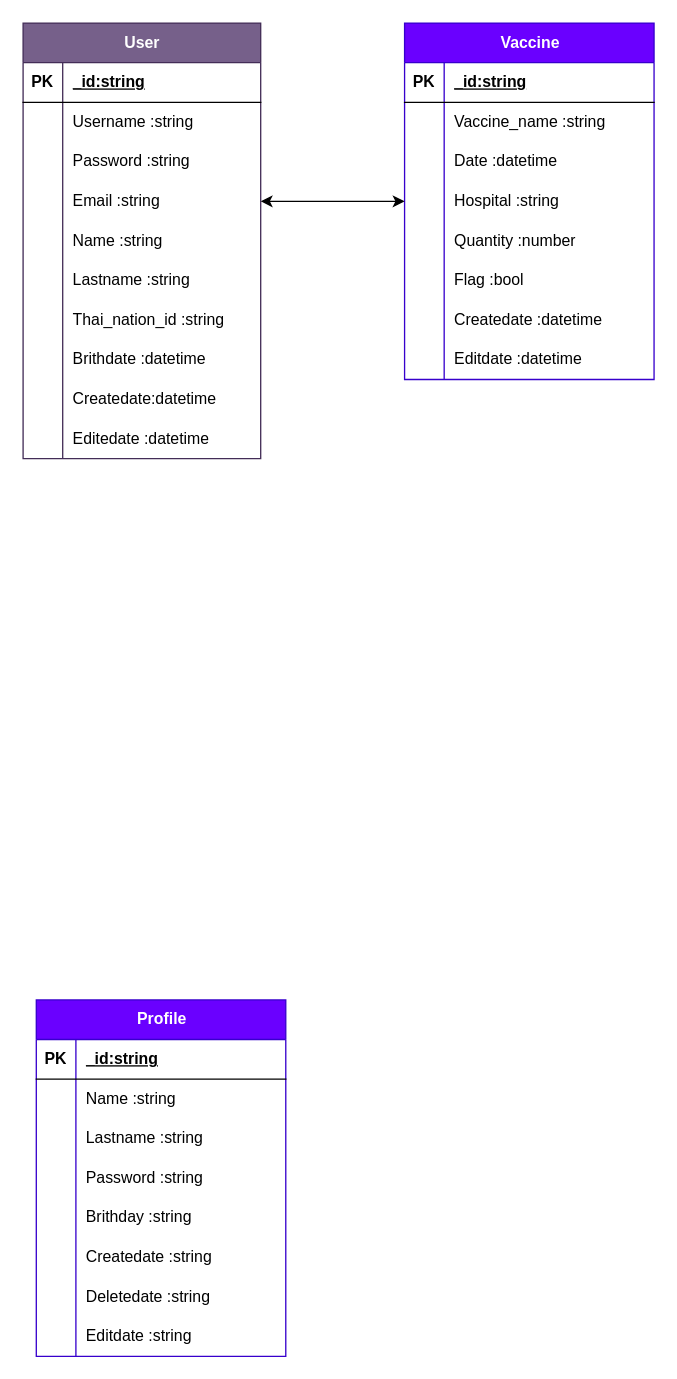
Above: database&flowchart.drawio in AsticeX/-_-_1630901328 (draw.io), before the change. Source tidied: cells renumbered, new cells numbered last; positions are measured from the earlier drawing's top-left corner, leaving out a move shared by most shapes. Both pictures are drawn from the tidied source at 132%, with x=0, y=0 at pixel (22, 22).
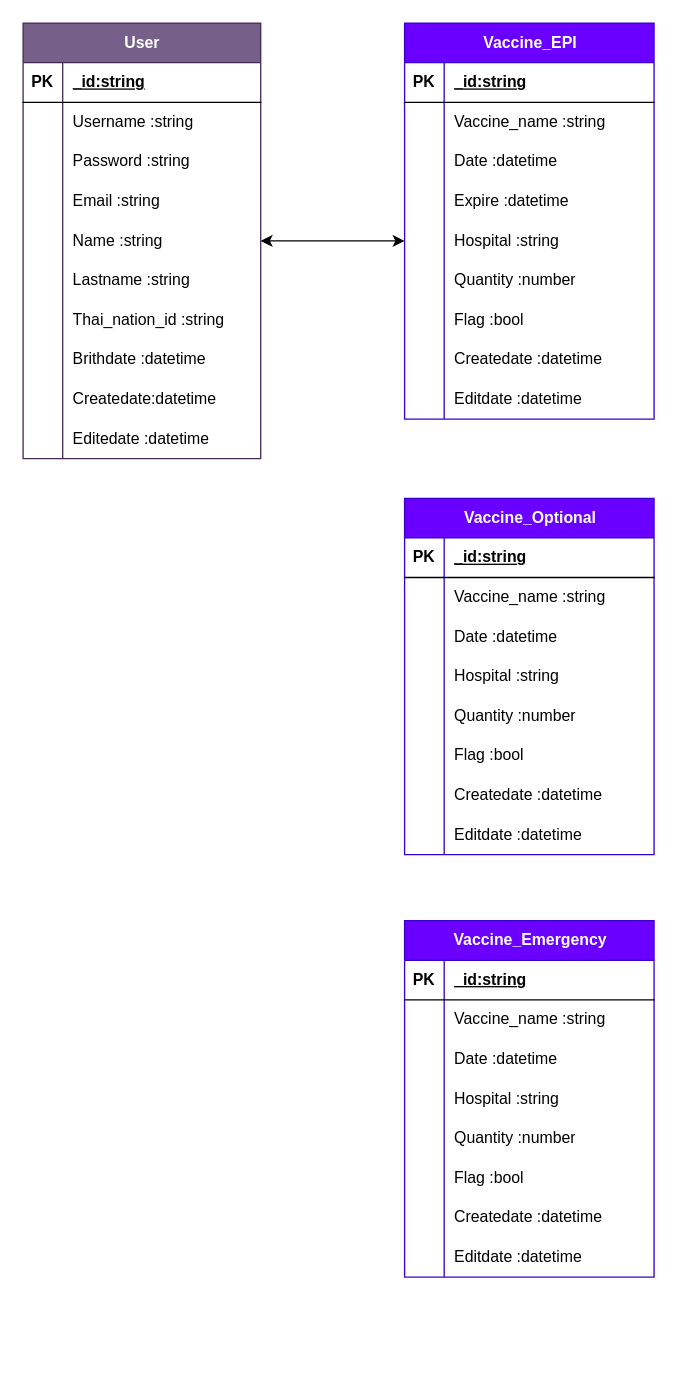
The same diagram, later.

The change refers to these unchanged cells:
```xml
<mxCell id="12" style="shape=tableRow;horizontal=0;startSize=0;swimlaneHead=0;swimlaneBody=0;fillColor=none;points=[[0,0.5],[1,0.5]];portConstraint=eastwest;top=0;left=0;right=0;bottom=0;" parent="2" vertex="1">
  <mxGeometry y="120" width="180" height="30" as="geometry" />
</mxCell>
<mxCell id="15" style="shape=tableRow;horizontal=0;startSize=0;swimlaneHead=0;swimlaneBody=0;fillColor=none;points=[[0,0.5],[1,0.5]];portConstraint=eastwest;top=0;left=0;right=0;bottom=0;" parent="2" vertex="1">
  <mxGeometry y="150" width="180" height="30" as="geometry" />
</mxCell>
```

Diff of the diagram source:
```diff
@@
+    <mxCell id="58" style="endArrow=classic;startArrow=classic;html=1;rounded=0;entryX=0;entryY=0.5;entryDx=0;entryDy=0;exitX=1;exitY=0.5;exitDx=0;exitDy=0;" parent="1" edge="1" source="15" target="43">
+      <mxGeometry relative="1" as="geometry" />
+    </mxCell>
+    <mxCell id="84" value="Vaccine_Optional" style="shape=table;startSize=30;childLayout=tableLayout;rowLines=0;fontStyle=1;align=center;html=1;fillColor=#6a00ff;fontColor=#ffffff;strokeColor=#3700CC;" parent="1" vertex="1">
+      <mxGeometry x="289" y="360" width="189" height="270" as="geometry" />
+    </mxCell>
+    <mxCell id="85" style="shape=tableRow;horizontal=0;startSize=0;swimlaneHead=0;swimlaneBody=0;fillColor=none;top=0;left=0;right=0;bottom=1;" parent="84" vertex="1">
+      <mxGeometry y="30" width="189" height="30" as="geometry" />
+    </mxCell>
+    <mxCell id="86" value="PK" style="shape=partialRectangle;fillColor=none;top=0;left=0;bottom=0;right=0;fontStyle=1;overflow=hidden;whiteSpace=wrap;html=1;" parent="85" vertex="1">
+      <mxGeometry width="30" height="30" as="geometry" />
+    </mxCell>
+    <mxCell id="87" value="_id:string" style="shape=partialRectangle;fillColor=none;top=0;left=0;bottom=0;right=0;align=left;spacingLeft=6;fontStyle=5;overflow=hidden;whiteSpace=wrap;html=1;" parent="85" vertex="1">
+      <mxGeometry x="30" width="159" height="30" as="geometry" />
+    </mxCell>
+    <mxCell id="88" style="shape=tableRow;horizontal=0;startSize=0;swimlaneHead=0;swimlaneBody=0;fillColor=none;top=0;left=0;right=0;bottom=0;" parent="84" vertex="1">
+      <mxGeometry y="60" width="189" height="30" as="geometry" />
+    </mxCell>
+    <mxCell id="89" style="shape=partialRectangle;fillColor=none;top=0;left=0;bottom=0;right=0;overflow=hidden;whiteSpace=wrap;html=1;" parent="88" vertex="1">
+      <mxGeometry width="30" height="30" as="geometry" />
+    </mxCell>
+    <mxCell id="90" value="Vaccine_name :string" style="shape=partialRectangle;fillColor=none;top=0;left=0;bottom=0;right=0;align=left;spacingLeft=6;overflow=hidden;whiteSpace=wrap;html=1;" parent="88" vertex="1">
+      <mxGeometry x="30" width="159" height="30" as="geometry" />
+    </mxCell>
+    <mxCell id="91" style="shape=tableRow;horizontal=0;startSize=0;swimlaneHead=0;swimlaneBody=0;fillColor=none;top=0;left=0;right=0;bottom=0;" parent="84" vertex="1">
+      <mxGeometry y="90" width="189" height="30" as="geometry" />
+    </mxCell>
+    <mxCell id="92" style="shape=partialRectangle;fillColor=none;top=0;left=0;bottom=0;right=0;overflow=hidden;whiteSpace=wrap;html=1;" parent="91" vertex="1">
+      <mxGeometry width="30" height="30" as="geometry" />
+    </mxCell>
+    <mxCell id="93" value="Date :datetime" style="shape=partialRectangle;fillColor=none;top=0;left=0;bottom=0;right=0;align=left;spacingLeft=6;overflow=hidden;whiteSpace=wrap;html=1;" parent="91" vertex="1">
+      <mxGeometry x="30" width="159" height="30" as="geometry" />
+    </mxCell>
+    <mxCell id="94" style="shape=tableRow;horizontal=0;startSize=0;swimlaneHead=0;swimlaneBody=0;fillColor=none;top=0;left=0;right=0;bottom=0;" parent="84" vertex="1">
+      <mxGeometry y="120" width="189" height="30" as="geometry" />
+    </mxCell>
+    <mxCell id="95" style="shape=partialRectangle;fillColor=none;top=0;left=0;bottom=0;right=0;overflow=hidden;whiteSpace=wrap;html=1;" parent="94" vertex="1">
+      <mxGeometry width="30" height="30" as="geometry" />
+    </mxCell>
+    <mxCell id="96" value="Hospital :string" style="shape=partialRectangle;fillColor=none;top=0;left=0;bottom=0;right=0;align=left;spacingLeft=6;overflow=hidden;whiteSpace=wrap;html=1;" parent="94" vertex="1">
+      <mxGeometry x="30" width="159" height="30" as="geometry" />
+    </mxCell>
+    <mxCell id="97" style="shape=tableRow;horizontal=0;startSize=0;swimlaneHead=0;swimlaneBody=0;fillColor=none;top=0;left=0;right=0;bottom=0;" parent="84" vertex="1">
+      <mxGeometry y="150" width="189" height="30" as="geometry" />
+    </mxCell>
+    <mxCell id="98" style="shape=partialRectangle;fillColor=none;top=0;left=0;bottom=0;right=0;overflow=hidden;whiteSpace=wrap;html=1;" parent="97" vertex="1">
+      <mxGeometry width="30" height="30" as="geometry" />
+    </mxCell>
+    <mxCell id="99" value="Quantity :number" style="shape=partialRectangle;fillColor=none;top=0;left=0;bottom=0;right=0;align=left;spacingLeft=6;overflow=hidden;whiteSpace=wrap;html=1;" parent="97" vertex="1">
+      <mxGeometry x="30" width="159" height="30" as="geometry" />
+    </mxCell>
+    <mxCell id="100" style="shape=tableRow;horizontal=0;startSize=0;swimlaneHead=0;swimlaneBody=0;fillColor=none;top=0;left=0;right=0;bottom=0;" parent="84" vertex="1">
+      <mxGeometry y="180" width="189" height="30" as="geometry" />
+    </mxCell>
+    <mxCell id="101" style="shape=partialRectangle;fillColor=none;top=0;left=0;bottom=0;right=0;overflow=hidden;whiteSpace=wrap;html=1;" parent="100" vertex="1">
+      <mxGeometry width="30" height="30" as="geometry" />
+    </mxCell>
+    <mxCell id="102" value="Flag :bool" style="shape=partialRectangle;fillColor=none;top=0;left=0;bottom=0;right=0;align=left;spacingLeft=6;overflow=hidden;whiteSpace=wrap;html=1;" parent="100" vertex="1">
+      <mxGeometry x="30" width="159" height="30" as="geometry" />
+    </mxCell>
+    <mxCell id="103" style="shape=tableRow;horizontal=0;startSize=0;swimlaneHead=0;swimlaneBody=0;fillColor=none;top=0;left=0;right=0;bottom=0;" parent="84" vertex="1">
+      <mxGeometry y="210" width="189" height="30" as="geometry" />
+    </mxCell>
+    <mxCell id="104" style="shape=partialRectangle;fillColor=none;top=0;left=0;bottom=0;right=0;overflow=hidden;whiteSpace=wrap;html=1;" parent="103" vertex="1">
+      <mxGeometry width="30" height="30" as="geometry" />
+    </mxCell>
+    <mxCell id="105" value="Createdate :datetime" style="shape=partialRectangle;fillColor=none;top=0;left=0;bottom=0;right=0;align=left;spacingLeft=6;overflow=hidden;whiteSpace=wrap;html=1;" parent="103" vertex="1">
+      <mxGeometry x="30" width="159" height="30" as="geometry" />
+    </mxCell>
+    <mxCell id="106" style="shape=tableRow;horizontal=0;startSize=0;swimlaneHead=0;swimlaneBody=0;fillColor=none;top=0;left=0;right=0;bottom=0;" parent="84" vertex="1">
+      <mxGeometry y="240" width="189" height="30" as="geometry" />
+    </mxCell>
+    <mxCell id="107" style="shape=partialRectangle;fillColor=none;top=0;left=0;bottom=0;right=0;overflow=hidden;whiteSpace=wrap;html=1;" parent="106" vertex="1">
+      <mxGeometry width="30" height="30" as="geometry" />
+    </mxCell>
+    <mxCell id="108" value="Editdate :datetime" style="shape=partialRectangle;fillColor=none;top=0;left=0;bottom=0;right=0;align=left;spacingLeft=6;overflow=hidden;whiteSpace=wrap;html=1;" parent="106" vertex="1">
+      <mxGeometry x="30" width="159" height="30" as="geometry" />
+    </mxCell>
+    <mxCell id="109" value="Vaccine_Emergency" style="shape=table;startSize=30;childLayout=tableLayout;rowLines=0;fontStyle=1;align=center;html=1;fillColor=#6a00ff;fontColor=#ffffff;strokeColor=#3700CC;" parent="1" vertex="1">
+      <mxGeometry x="289" y="680" width="189" height="270" as="geometry" />
+    </mxCell>
+    <mxCell id="110" style="shape=tableRow;horizontal=0;startSize=0;swimlaneHead=0;swimlaneBody=0;fillColor=none;top=0;left=0;right=0;bottom=1;" parent="109" vertex="1">
+      <mxGeometry y="30" width="189" height="30" as="geometry" />
+    </mxCell>
+    <mxCell id="111" value="PK" style="shape=partialRectangle;fillColor=none;top=0;left=0;bottom=0;right=0;fontStyle=1;overflow=hidden;whiteSpace=wrap;html=1;" parent="110" vertex="1">
+      <mxGeometry width="30" height="30" as="geometry" />
+    </mxCell>
+    <mxCell id="112" value="_id:string" style="shape=partialRectangle;fillColor=none;top=0;left=0;bottom=0;right=0;align=left;spacingLeft=6;fontStyle=5;overflow=hidden;whiteSpace=wrap;html=1;" parent="110" vertex="1">
+      <mxGeometry x="30" width="159" height="30" as="geometry" />
+    </mxCell>
+    <mxCell id="113" style="shape=tableRow;horizontal=0;startSize=0;swimlaneHead=0;swimlaneBody=0;fillColor=none;top=0;left=0;right=0;bottom=0;" parent="109" vertex="1">
+      <mxGeometry y="60" width="189" height="30" as="geometry" />
+    </mxCell>
+    <mxCell id="114" style="shape=partialRectangle;fillColor=none;top=0;left=0;bottom=0;right=0;overflow=hidden;whiteSpace=wrap;html=1;" parent="113" vertex="1">
+      <mxGeometry width="30" height="30" as="geometry" />
+    </mxCell>
+    <mxCell id="115" value="Vaccine_name :string" style="shape=partialRectangle;fillColor=none;top=0;left=0;bottom=0;right=0;align=left;spacingLeft=6;overflow=hidden;whiteSpace=wrap;html=1;" parent="113" vertex="1">
+      <mxGeometry x="30" width="159" height="30" as="geometry" />
+    </mxCell>
+    <mxCell id="116" style="shape=tableRow;horizontal=0;startSize=0;swimlaneHead=0;swimlaneBody=0;fillColor=none;top=0;left=0;right=0;bottom=0;" parent="109" vertex="1">
+      <mxGeometry y="90" width="189" height="30" as="geometry" />
+    </mxCell>
+    <mxCell id="117" style="shape=partialRectangle;fillColor=none;top=0;left=0;bottom=0;right=0;overflow=hidden;whiteSpace=wrap;html=1;" parent="116" vertex="1">
+      <mxGeometry width="30" height="30" as="geometry" />
+    </mxCell>
+    <mxCell id="118" value="Date :datetime" style="shape=partialRectangle;fillColor=none;top=0;left=0;bottom=0;right=0;align=left;spacingLeft=6;overflow=hidden;whiteSpace=wrap;html=1;" parent="116" vertex="1">
+      <mxGeometry x="30" width="159" height="30" as="geometry" />
+    </mxCell>
+    <mxCell id="119" style="shape=tableRow;horizontal=0;startSize=0;swimlaneHead=0;swimlaneBody=0;fillColor=none;top=0;left=0;right=0;bottom=0;" parent="109" vertex="1">
+      <mxGeometry y="120" width="189" height="30" as="geometry" />
+    </mxCell>
+    <mxCell id="120" style="shape=partialRectangle;fillColor=none;top=0;left=0;bottom=0;right=0;overflow=hidden;whiteSpace=wrap;html=1;" parent="119" vertex="1">
+      <mxGeometry width="30" height="30" as="geometry" />
+    </mxCell>
+    <mxCell id="121" value="Hospital :string" style="shape=partialRectangle;fillColor=none;top=0;left=0;bottom=0;right=0;align=left;spacingLeft=6;overflow=hidden;whiteSpace=wrap;html=1;" parent="119" vertex="1">
+      <mxGeometry x="30" width="159" height="30" as="geometry" />
+    </mxCell>
+    <mxCell id="122" style="shape=tableRow;horizontal=0;startSize=0;swimlaneHead=0;swimlaneBody=0;fillColor=none;top=0;left=0;right=0;bottom=0;" parent="109" vertex="1">
+      <mxGeometry y="150" width="189" height="30" as="geometry" />
+    </mxCell>
+    <mxCell id="123" style="shape=partialRectangle;fillColor=none;top=0;left=0;bottom=0;right=0;overflow=hidden;whiteSpace=wrap;html=1;" parent="122" vertex="1">
+      <mxGeometry width="30" height="30" as="geometry" />
+    </mxCell>
+    <mxCell id="124" value="Quantity :number" style="shape=partialRectangle;fillColor=none;top=0;left=0;bottom=0;right=0;align=left;spacingLeft=6;overflow=hidden;whiteSpace=wrap;html=1;" parent="122" vertex="1">
+      <mxGeometry x="30" width="159" height="30" as="geometry" />
+    </mxCell>
+    <mxCell id="125" style="shape=tableRow;horizontal=0;startSize=0;swimlaneHead=0;swimlaneBody=0;fillColor=none;top=0;left=0;right=0;bottom=0;" parent="109" vertex="1">
+      <mxGeometry y="180" width="189" height="30" as="geometry" />
+    </mxCell>
+    <mxCell id="126" style="shape=partialRectangle;fillColor=none;top=0;left=0;bottom=0;right=0;overflow=hidden;whiteSpace=wrap;html=1;" parent="125" vertex="1">
+      <mxGeometry width="30" height="30" as="geometry" />
+    </mxCell>
+    <mxCell id="127" value="Flag :bool" style="shape=partialRectangle;fillColor=none;top=0;left=0;bottom=0;right=0;align=left;spacingLeft=6;overflow=hidden;whiteSpace=wrap;html=1;" parent="125" vertex="1">
+      <mxGeometry x="30" width="159" height="30" as="geometry" />
+    </mxCell>
+    <mxCell id="128" style="shape=tableRow;horizontal=0;startSize=0;swimlaneHead=0;swimlaneBody=0;fillColor=none;top=0;left=0;right=0;bottom=0;" parent="109" vertex="1">
+      <mxGeometry y="210" width="189" height="30" as="geometry" />
+    </mxCell>
+    <mxCell id="129" style="shape=partialRectangle;fillColor=none;top=0;left=0;bottom=0;right=0;overflow=hidden;whiteSpace=wrap;html=1;" parent="128" vertex="1">
+      <mxGeometry width="30" height="30" as="geometry" />
+    </mxCell>
+    <mxCell id="130" value="Createdate :datetime" style="shape=partialRectangle;fillColor=none;top=0;left=0;bottom=0;right=0;align=left;spacingLeft=6;overflow=hidden;whiteSpace=wrap;html=1;" parent="128" vertex="1">
+      <mxGeometry x="30" width="159" height="30" as="geometry" />
+    </mxCell>
+    <mxCell id="131" style="shape=tableRow;horizontal=0;startSize=0;swimlaneHead=0;swimlaneBody=0;fillColor=none;top=0;left=0;right=0;bottom=0;" parent="109" vertex="1">
+      <mxGeometry y="240" width="189" height="30" as="geometry" />
+    </mxCell>
+    <mxCell id="132" style="shape=partialRectangle;fillColor=none;top=0;left=0;bottom=0;right=0;overflow=hidden;whiteSpace=wrap;html=1;" parent="131" vertex="1">
+      <mxGeometry width="30" height="30" as="geometry" />
+    </mxCell>
+    <mxCell id="133" value="Editdate :datetime" style="shape=partialRectangle;fillColor=none;top=0;left=0;bottom=0;right=0;align=left;spacingLeft=6;overflow=hidden;whiteSpace=wrap;html=1;" parent="131" vertex="1">
+      <mxGeometry x="30" width="159" height="30" as="geometry" />
+    </mxCell>
-    <mxCell id="33" value="Vaccine" style="shape=table;startSize=30;childLayout=tableLayout;rowLines=0;fontStyle=1;align=center;html=1;fillColor=#6a00ff;fontColor=#ffffff;strokeColor=#3700CC;" parent="1" vertex="1">
-      <mxGeometry x="289" width="189" height="270" as="geometry" />
+    <mxCell id="33" value="Vaccine_EPI" style="shape=table;startSize=30;childLayout=tableLayout;rowLines=0;fontStyle=1;align=center;html=1;fillColor=#6a00ff;fontColor=#ffffff;strokeColor=#3700CC;" parent="1" vertex="1">
+      <mxGeometry x="289" width="189" height="300" as="geometry" />
     </mxCell>
@@
+    <mxCell id="134" style="shape=tableRow;horizontal=0;startSize=0;swimlaneHead=0;swimlaneBody=0;fillColor=none;top=0;left=0;right=0;bottom=0;" parent="33" vertex="1">
+      <mxGeometry y="120" width="189" height="30" as="geometry" />
+    </mxCell>
+    <mxCell id="135" style="shape=partialRectangle;fillColor=none;top=0;left=0;bottom=0;right=0;overflow=hidden;whiteSpace=wrap;html=1;" parent="134" vertex="1">
+      <mxGeometry width="30" height="30" as="geometry" />
+    </mxCell>
+    <mxCell id="136" value="Expire :datetime" style="shape=partialRectangle;fillColor=none;top=0;left=0;bottom=0;right=0;align=left;spacingLeft=6;overflow=hidden;whiteSpace=wrap;html=1;" parent="134" vertex="1">
+      <mxGeometry x="30" width="159" height="30" as="geometry" />
+    </mxCell>
     <mxCell id="43" style="shape=tableRow;horizontal=0;startSize=0;swimlaneHead=0;swimlaneBody=0;fillColor=none;points=[[0,0.5],[1,0.5]];portConstraint=eastwest;top=0;left=0;right=0;bottom=0;" parent="33" vertex="1">
-      <mxGeometry y="120" width="189" height="30" as="geometry" />
+      <mxGeometry y="150" width="189" height="30" as="geometry" />
     </mxCell>
@@
     <mxCell id="46" style="shape=tableRow;horizontal=0;startSize=0;swimlaneHead=0;swimlaneBody=0;fillColor=none;top=0;left=0;right=0;bottom=0;" parent="33" vertex="1">
-      <mxGeometry y="150" width="189" height="30" as="geometry" />
+      <mxGeometry y="180" width="189" height="30" as="geometry" />
     </mxCell>
@@
     <mxCell id="49" style="shape=tableRow;horizontal=0;startSize=0;swimlaneHead=0;swimlaneBody=0;fillColor=none;top=0;left=0;right=0;bottom=0;" parent="33" vertex="1">
-      <mxGeometry y="180" width="189" height="30" as="geometry" />
+      <mxGeometry y="210" width="189" height="30" as="geometry" />
     </mxCell>
@@
     <mxCell id="52" style="shape=tableRow;horizontal=0;startSize=0;swimlaneHead=0;swimlaneBody=0;fillColor=none;top=0;left=0;right=0;bottom=0;" parent="33" vertex="1">
-      <mxGeometry y="210" width="189" height="30" as="geometry" />
+      <mxGeometry y="240" width="189" height="30" as="geometry" />
     </mxCell>
@@
     <mxCell id="55" style="shape=tableRow;horizontal=0;startSize=0;swimlaneHead=0;swimlaneBody=0;fillColor=none;top=0;left=0;right=0;bottom=0;" parent="33" vertex="1">
-      <mxGeometry y="240" width="189" height="30" as="geometry" />
+      <mxGeometry y="270" width="189" height="30" as="geometry" />
     </mxCell>
@@
-    <mxCell id="58" style="endArrow=classic;startArrow=classic;html=1;rounded=0;entryX=0;entryY=0.5;entryDx=0;entryDy=0;exitX=1;exitY=0.5;exitDx=0;exitDy=0;" parent="1" edge="1" source="12" target="43">
-      <mxGeometry relative="1" as="geometry" />
-    </mxCell>
-    <mxCell id="59" value="Profile" style="shape=table;startSize=30;childLayout=tableLayout;rowLines=0;fontStyle=1;align=center;html=1;fillColor=#6a00ff;fontColor=#ffffff;strokeColor=#3700CC;" parent="1" vertex="1">
-      <mxGeometry x="10" y="740" width="189" height="270" as="geometry" />
-    </mxCell>
-    <mxCell id="60" style="shape=tableRow;horizontal=0;startSize=0;swimlaneHead=0;swimlaneBody=0;fillColor=none;top=0;left=0;right=0;bottom=1;" parent="59" vertex="1">
-      <mxGeometry y="30" width="189" height="30" as="geometry" />
-    </mxCell>
-    <mxCell id="61" value="PK" style="shape=partialRectangle;fillColor=none;top=0;left=0;bottom=0;right=0;fontStyle=1;overflow=hidden;whiteSpace=wrap;html=1;" parent="60" vertex="1">
-      <mxGeometry width="30" height="30" as="geometry" />
-    </mxCell>
-    <mxCell id="62" value="_id:string" style="shape=partialRectangle;fillColor=none;top=0;left=0;bottom=0;right=0;align=left;spacingLeft=6;fontStyle=5;overflow=hidden;whiteSpace=wrap;html=1;" parent="60" vertex="1">
-      <mxGeometry x="30" width="159" height="30" as="geometry" />
-    </mxCell>
-    <mxCell id="63" style="shape=tableRow;horizontal=0;startSize=0;swimlaneHead=0;swimlaneBody=0;fillColor=none;top=0;left=0;right=0;bottom=0;" parent="59" vertex="1">
-      <mxGeometry y="60" width="189" height="30" as="geometry" />
-    </mxCell>
-    <mxCell id="64" style="shape=partialRectangle;fillColor=none;top=0;left=0;bottom=0;right=0;overflow=hidden;whiteSpace=wrap;html=1;" parent="63" vertex="1">
-      <mxGeometry width="30" height="30" as="geometry" />
-    </mxCell>
-    <mxCell id="65" value="Name :string" style="shape=partialRectangle;fillColor=none;top=0;left=0;bottom=0;right=0;align=left;spacingLeft=6;overflow=hidden;whiteSpace=wrap;html=1;" parent="63" vertex="1">
-      <mxGeometry x="30" width="159" height="30" as="geometry" />
-    </mxCell>
-    <mxCell id="66" style="shape=tableRow;horizontal=0;startSize=0;swimlaneHead=0;swimlaneBody=0;fillColor=none;top=0;left=0;right=0;bottom=0;" parent="59" vertex="1">
-      <mxGeometry y="90" width="189" height="30" as="geometry" />
-    </mxCell>
-    <mxCell id="67" style="shape=partialRectangle;fillColor=none;top=0;left=0;bottom=0;right=0;overflow=hidden;whiteSpace=wrap;html=1;" parent="66" vertex="1">
-      <mxGeometry width="30" height="30" as="geometry" />
-    </mxCell>
-    <mxCell id="68" value="Lastname :string" style="shape=partialRectangle;fillColor=none;top=0;left=0;bottom=0;right=0;align=left;spacingLeft=6;overflow=hidden;whiteSpace=wrap;html=1;" parent="66" vertex="1">
-      <mxGeometry x="30" width="159" height="30" as="geometry" />
-    </mxCell>
-    <mxCell id="69" style="shape=tableRow;horizontal=0;startSize=0;swimlaneHead=0;swimlaneBody=0;fillColor=none;top=0;left=0;right=0;bottom=0;" parent="59" vertex="1">
-      <mxGeometry y="120" width="189" height="30" as="geometry" />
-    </mxCell>
-    <mxCell id="70" style="shape=partialRectangle;fillColor=none;top=0;left=0;bottom=0;right=0;overflow=hidden;whiteSpace=wrap;html=1;" parent="69" vertex="1">
-      <mxGeometry width="30" height="30" as="geometry" />
-    </mxCell>
-    <mxCell id="71" value="Password :string" style="shape=partialRectangle;fillColor=none;top=0;left=0;bottom=0;right=0;align=left;spacingLeft=6;overflow=hidden;whiteSpace=wrap;html=1;" parent="69" vertex="1">
-      <mxGeometry x="30" width="159" height="30" as="geometry" />
-    </mxCell>
-    <mxCell id="72" style="shape=tableRow;horizontal=0;startSize=0;swimlaneHead=0;swimlaneBody=0;fillColor=none;top=0;left=0;right=0;bottom=0;" parent="59" vertex="1">
-      <mxGeometry y="150" width="189" height="30" as="geometry" />
-    </mxCell>
-    <mxCell id="73" style="shape=partialRectangle;fillColor=none;top=0;left=0;bottom=0;right=0;overflow=hidden;whiteSpace=wrap;html=1;" parent="72" vertex="1">
-      <mxGeometry width="30" height="30" as="geometry" />
-    </mxCell>
-    <mxCell id="74" value="Brithday :string" style="shape=partialRectangle;fillColor=none;top=0;left=0;bottom=0;right=0;align=left;spacingLeft=6;overflow=hidden;whiteSpace=wrap;html=1;" parent="72" vertex="1">
-      <mxGeometry x="30" width="159" height="30" as="geometry" />
-    </mxCell>
-    <mxCell id="75" style="shape=tableRow;horizontal=0;startSize=0;swimlaneHead=0;swimlaneBody=0;fillColor=none;top=0;left=0;right=0;bottom=0;" parent="59" vertex="1">
-      <mxGeometry y="180" width="189" height="30" as="geometry" />
-    </mxCell>
-    <mxCell id="76" style="shape=partialRectangle;fillColor=none;top=0;left=0;bottom=0;right=0;overflow=hidden;whiteSpace=wrap;html=1;" parent="75" vertex="1">
-      <mxGeometry width="30" height="30" as="geometry" />
-    </mxCell>
-    <mxCell id="77" value="Createdate :string" style="shape=partialRectangle;fillColor=none;top=0;left=0;bottom=0;right=0;align=left;spacingLeft=6;overflow=hidden;whiteSpace=wrap;html=1;" parent="75" vertex="1">
-      <mxGeometry x="30" width="159" height="30" as="geometry" />
-    </mxCell>
-    <mxCell id="78" style="shape=tableRow;horizontal=0;startSize=0;swimlaneHead=0;swimlaneBody=0;fillColor=none;top=0;left=0;right=0;bottom=0;" parent="59" vertex="1">
-      <mxGeometry y="210" width="189" height="30" as="geometry" />
-    </mxCell>
-    <mxCell id="79" style="shape=partialRectangle;fillColor=none;top=0;left=0;bottom=0;right=0;overflow=hidden;whiteSpace=wrap;html=1;" parent="78" vertex="1">
-      <mxGeometry width="30" height="30" as="geometry" />
-    </mxCell>
-    <mxCell id="80" value="Deletedate :string" style="shape=partialRectangle;fillColor=none;top=0;left=0;bottom=0;right=0;align=left;spacingLeft=6;overflow=hidden;whiteSpace=wrap;html=1;" parent="78" vertex="1">
-      <mxGeometry x="30" width="159" height="30" as="geometry" />
-    </mxCell>
-    <mxCell id="81" style="shape=tableRow;horizontal=0;startSize=0;swimlaneHead=0;swimlaneBody=0;fillColor=none;top=0;left=0;right=0;bottom=0;" parent="59" vertex="1">
-      <mxGeometry y="240" width="189" height="30" as="geometry" />
-    </mxCell>
-    <mxCell id="82" style="shape=partialRectangle;fillColor=none;top=0;left=0;bottom=0;right=0;overflow=hidden;whiteSpace=wrap;html=1;" parent="81" vertex="1">
-      <mxGeometry width="30" height="30" as="geometry" />
-    </mxCell>
-    <mxCell id="83" value="Editdate :string" style="shape=partialRectangle;fillColor=none;top=0;left=0;bottom=0;right=0;align=left;spacingLeft=6;overflow=hidden;whiteSpace=wrap;html=1;" parent="81" vertex="1">
-      <mxGeometry x="30" width="159" height="30" as="geometry" />
-    </mxCell>
```
